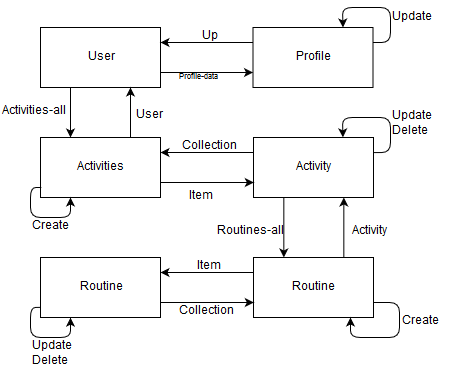
Above: diagrams_and_stuff/sportstracker_state_machine.png in Pepetti/PWP (draw.io), before the change. Source tidied: cells renumbered, new cells last; positions are measured from the earlier drawing's top-left corner, leaving out a move shared by most shapes.
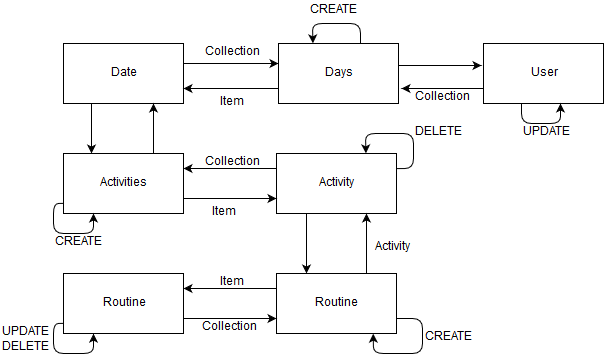
After the commit.

Diff of the diagram source:
```diff
@@ -2,24 +2,46 @@
   <root>
     <mxCell id="0" />
     <mxCell id="1" parent="0" />
-    <mxCell id="2" style="edgeStyle=orthogonalEdgeStyle;rounded=0;jettySize=auto;html=1;exitX=1;exitY=0.75;exitDx=0;exitDy=0;entryX=0;entryY=0.75;entryDx=0;entryDy=0;" parent="1" edge="1" source="4" target="7">
-      <mxGeometry relative="1" as="geometry" />
-    </mxCell>
-    <mxCell id="3" style="edgeStyle=orthogonalEdgeStyle;rounded=0;jettySize=auto;html=1;exitX=0.25;exitY=1;exitDx=0;exitDy=0;entryX=0.25;entryY=0;entryDx=0;entryDy=0;" parent="1" edge="1" source="4" target="13">
-      <mxGeometry relative="1" as="geometry" />
-    </mxCell>
+    <mxCell id="39" style="edgeStyle=orthogonalEdgeStyle;rounded=0;jettySize=auto;html=1;exitX=0;exitY=0.75;exitDx=0;exitDy=0;" parent="1" edge="1" source="4">
+      <mxGeometry relative="1" as="geometry">
+        <mxPoint x="378" y="65" as="targetPoint" />
+      </mxGeometry>
+    </mxCell>
     <mxCell id="4" value="User" style="rounded=0;whiteSpace=wrap;html=1;" parent="1" vertex="1">
-      <mxGeometry x="40" y="20" width="120" height="60" as="geometry" />
+      <mxGeometry x="460" y="20" width="120" height="60" as="geometry" />
     </mxCell>
-    <mxCell id="5" style="edgeStyle=orthogonalEdgeStyle;rounded=0;jettySize=auto;html=1;entryX=1;entryY=0.25;entryDx=0;entryDy=0;exitX=0;exitY=0.25;exitDx=0;exitDy=0;" parent="1" edge="1" source="7" target="4">
-      <mxGeometry relative="1" as="geometry" />
-    </mxCell>
-    <mxCell id="6" style="edgeStyle=orthogonalEdgeStyle;rounded=0;orthogonalLoop=1;jettySize=auto;html=1;exitX=1;exitY=0.25;exitDx=0;exitDy=0;entryX=0.75;entryY=0;entryDx=0;entryDy=0;" parent="1" edge="1" source="7" target="7">
-      <mxGeometry relative="1" as="geometry" />
-    </mxCell>
-    <mxCell id="7" value="Profile" style="rounded=0;whiteSpace=wrap;html=1;" parent="1" vertex="1">
-      <mxGeometry x="252.5" y="20" width="120" height="60" as="geometry" />
-    </mxCell>
+    <mxCell id="40" style="edgeStyle=orthogonalEdgeStyle;rounded=0;jettySize=auto;html=1;" parent="1" edge="1" source="42" target="45">
+      <mxGeometry relative="1" as="geometry">
+        <Array as="points">
+          <mxPoint x="208" y="40" />
+          <mxPoint x="208" y="40" />
+        </Array>
+      </mxGeometry>
+    </mxCell>
+    <mxCell id="41" style="edgeStyle=orthogonalEdgeStyle;rounded=0;jettySize=auto;html=1;" parent="1" edge="1" source="42" target="13">
+      <mxGeometry relative="1" as="geometry">
+        <Array as="points">
+          <mxPoint x="68" y="100" />
+          <mxPoint x="68" y="100" />
+        </Array>
+      </mxGeometry>
+    </mxCell>
+    <mxCell id="42" value="Date" style="rounded=0;whiteSpace=wrap;html=1;" parent="1" vertex="1">
+      <mxGeometry x="40" y="20" width="120" height="60" as="geometry" />
+    </mxCell>
+    <mxCell id="43" style="edgeStyle=orthogonalEdgeStyle;rounded=0;jettySize=auto;html=1;exitX=0;exitY=0.75;exitDx=0;exitDy=0;entryX=1;entryY=0.75;entryDx=0;entryDy=0;" parent="1" edge="1" source="45" target="42">
+      <mxGeometry relative="1" as="geometry" />
+    </mxCell>
+    <mxCell id="44" style="edgeStyle=orthogonalEdgeStyle;rounded=0;jettySize=auto;html=1;exitX=1;exitY=0.75;exitDx=0;exitDy=0;entryX=-0.017;entryY=0.367;entryDx=0;entryDy=0;entryPerimeter=0;" parent="1" edge="1" source="45" target="4">
+      <mxGeometry relative="1" as="geometry">
+        <Array as="points">
+          <mxPoint x="375" y="42" />
+        </Array>
+      </mxGeometry>
+    </mxCell>
+    <mxCell id="45" value="Days Collection" style="rounded=0;whiteSpace=wrap;html=1;" parent="1" vertex="1">
+      <mxGeometry x="255" y="20" width="120" height="60" as="geometry" />
+    </mxCell>
     <mxCell id="8" style="edgeStyle=orthogonalEdgeStyle;rounded=0;jettySize=auto;html=1;exitX=0;exitY=0.25;exitDx=0;exitDy=0;entryX=1;entryY=0.25;entryDx=0;entryDy=0;" parent="1" edge="1" source="10" target="13">
       <mxGeometry relative="1" as="geometry" />
     </mxCell>
@@ -29,12 +51,12 @@
     <mxCell id="10" value="Activity" style="rounded=0;whiteSpace=wrap;html=1;" parent="1" vertex="1">
       <mxGeometry x="253" y="130" width="120" height="60" as="geometry" />
     </mxCell>
-    <mxCell id="11" style="edgeStyle=orthogonalEdgeStyle;rounded=0;jettySize=auto;html=1;exitX=0.75;exitY=0;exitDx=0;exitDy=0;entryX=0.75;entryY=1;entryDx=0;entryDy=0;" parent="1" edge="1" source="13" target="4">
-      <mxGeometry relative="1" as="geometry" />
-    </mxCell>
     <mxCell id="12" style="edgeStyle=orthogonalEdgeStyle;rounded=0;jettySize=auto;html=1;exitX=1;exitY=0.75;exitDx=0;exitDy=0;entryX=0;entryY=0.75;entryDx=0;entryDy=0;" parent="1" edge="1" source="13" target="10">
       <mxGeometry relative="1" as="geometry" />
     </mxCell>
+    <mxCell id="46" style="edgeStyle=orthogonalEdgeStyle;rounded=0;jettySize=auto;html=1;exitX=0.75;exitY=0;exitDx=0;exitDy=0;entryX=0.75;entryY=1;entryDx=0;entryDy=0;" parent="1" edge="1" source="13" target="42">
+      <mxGeometry relative="1" as="geometry" />
+    </mxCell>
     <mxCell id="13" value="Activities collection" style="rounded=0;whiteSpace=wrap;html=1;" parent="1" vertex="1">
       <mxGeometry x="40" y="130" width="120" height="60" as="geometry" />
     </mxCell>
@@ -53,39 +75,12 @@
     <mxCell id="18" value="&lt;div&gt;Routine&lt;/div&gt;" style="rounded=0;whiteSpace=wrap;html=1;" parent="1" vertex="1">
       <mxGeometry x="40" y="250" width="120" height="60" as="geometry" />
     </mxCell>
-    <mxCell id="19" style="endArrow=classic;html=1;exitX=1;exitY=0.25;exitDx=0;exitDy=0;entryX=0.75;entryY=0;entryDx=0;entryDy=0;" parent="1" edge="1" source="7" target="7">
-      <mxGeometry relative="1" as="geometry">
-        <Array as="points">
-          <mxPoint x="390" y="35" />
-          <mxPoint x="390" />
-          <mxPoint x="342" />
-        </Array>
-      </mxGeometry>
-    </mxCell>
-    <mxCell id="20" value="Update" style="text;html=1;strokeColor=none;fillColor=none;align=center;verticalAlign=middle;whiteSpace=wrap;rounded=0;" parent="1" vertex="1">
-      <mxGeometry x="390" width="40" height="20" as="geometry" />
-    </mxCell>
-    <mxCell id="21" value="Activities-all" style="text;html=1;align=left;verticalAlign=top;spacingTop=-4;" parent="1" vertex="1">
-      <mxGeometry y="95" width="80" height="20" as="geometry" />
-    </mxCell>
-    <mxCell id="22" value="Up" style="text;html=1;align=left;verticalAlign=top;spacingTop=-4;" parent="1" vertex="1">
-      <mxGeometry x="200" y="20" width="30" height="20" as="geometry" />
-    </mxCell>
     <mxCell id="23" value="&lt;div&gt;Collection&lt;/div&gt;&lt;div&gt;&lt;br&gt;&lt;/div&gt;" style="text;html=1;align=left;verticalAlign=top;spacingTop=-4;" parent="1" vertex="1">
       <mxGeometry x="180" y="130" width="70" height="30" as="geometry" />
     </mxCell>
     <mxCell id="24" value="Item" style="text;html=1;align=left;verticalAlign=top;spacingTop=-4;" parent="1" vertex="1">
       <mxGeometry x="186.5" y="180" width="40" height="20" as="geometry" />
     </mxCell>
-    <mxCell id="25" value="User" style="text;html=1;align=left;verticalAlign=top;spacingTop=-4;" parent="1" vertex="1">
-      <mxGeometry x="134" y="99" width="40" height="20" as="geometry" />
-    </mxCell>
-    <mxCell id="26" value="&lt;font style=&quot;font-size: 8px&quot;&gt;Profile-data&lt;/font&gt;" style="text;html=1;align=left;verticalAlign=top;spacingTop=-4;" parent="1" vertex="1">
-      <mxGeometry x="176.5" y="60" width="60" height="20" as="geometry" />
-    </mxCell>
-    <mxCell id="27" value="Routines-all" style="text;html=1;align=left;verticalAlign=top;spacingTop=-4;" parent="1" vertex="1">
-      <mxGeometry x="215" y="215" width="80" height="20" as="geometry" />
-    </mxCell>
     <mxCell id="28" value="Activity" style="text;html=1;align=left;verticalAlign=top;spacingTop=-4;" parent="1" vertex="1">
       <mxGeometry x="350" y="215" width="50" height="20" as="geometry" />
     </mxCell>
@@ -104,8 +99,8 @@
         </Array>
       </mxGeometry>
     </mxCell>
-    <mxCell id="32" value="Create" style="text;html=1;align=left;verticalAlign=top;spacingTop=-4;" parent="1" vertex="1">
-      <mxGeometry x="30" y="210" width="50" height="20" as="geometry" />
+    <mxCell id="32" value="CREATE" style="text;html=1;align=left;verticalAlign=top;spacingTop=-4;" parent="1" vertex="1">
+      <mxGeometry x="30" y="210" width="60" height="20" as="geometry" />
     </mxCell>
     <mxCell id="33" style="endArrow=classic;html=1;exitX=1;exitY=0.25;exitDx=0;exitDy=0;entryX=0.75;entryY=0;entryDx=0;entryDy=0;" parent="1" edge="1">
       <mxGeometry relative="1" as="geometry">
@@ -118,8 +113,8 @@
         </Array>
       </mxGeometry>
     </mxCell>
-    <mxCell id="34" value="&lt;div&gt;Update&lt;/div&gt;&lt;div&gt;Delete&lt;br&gt;&lt;/div&gt;" style="text;html=1;align=left;verticalAlign=top;spacingTop=-4;" parent="1" vertex="1">
-      <mxGeometry x="390" y="100" width="50" height="30" as="geometry" />
+    <mxCell id="34" value="&lt;div&gt;DELETE&lt;/div&gt;" style="text;html=1;align=left;verticalAlign=top;spacingTop=-4;" parent="1" vertex="1">
+      <mxGeometry x="390" y="100" width="60" height="20" as="geometry" />
     </mxCell>
     <mxCell id="35" style="endArrow=classic;html=1;entryX=0.25;entryY=1;entryDx=0;entryDy=0;exitX=0.004;exitY=0.831;exitDx=0;exitDy=0;exitPerimeter=0;" parent="1" edge="1">
       <mxGeometry relative="1" as="geometry">
@@ -132,8 +127,8 @@
         </Array>
       </mxGeometry>
     </mxCell>
-    <mxCell id="36" value="&lt;div&gt;Update&lt;/div&gt;&lt;div&gt;Delete&lt;/div&gt;&lt;div&gt;&lt;br&gt;&lt;/div&gt;" style="text;html=1;align=left;verticalAlign=top;spacingTop=-4;" parent="1" vertex="1">
-      <mxGeometry x="30" y="330" width="50" height="40" as="geometry" />
+    <mxCell id="36" value="UPDATE&lt;br&gt;DELETE" style="text;html=1;align=left;verticalAlign=top;spacingTop=-4;" parent="1" vertex="1">
+      <mxGeometry x="-23" y="300" width="60" height="30" as="geometry" />
     </mxCell>
     <mxCell id="37" style="endArrow=classic;html=1;exitX=1;exitY=0.75;exitDx=0;exitDy=0;entryX=0.806;entryY=1.003;entryDx=0;entryDy=0;entryPerimeter=0;" parent="1" edge="1" source="16" target="16">
       <mxGeometry relative="1" as="geometry">
@@ -144,8 +139,44 @@
         </Array>
       </mxGeometry>
     </mxCell>
-    <mxCell id="38" value="Create" style="text;html=1;align=left;verticalAlign=top;spacingTop=-4;" parent="1" vertex="1">
-      <mxGeometry x="400" y="305" width="50" height="20" as="geometry" />
-    </mxCell>
+    <mxCell id="47" value="CREATE" style="text;html=1;align=left;verticalAlign=top;spacingTop=-4;" parent="1" vertex="1">
+      <mxGeometry x="400" y="305" width="60" height="20" as="geometry" />
+    </mxCell>
+    <mxCell id="48" value="Collection" style="text;html=1;align=left;verticalAlign=top;spacingTop=-4;" parent="1" vertex="1">
+      <mxGeometry x="180" y="20" width="70" height="20" as="geometry" />
+    </mxCell>
+    <mxCell id="49" value="Item" style="text;html=1;align=left;verticalAlign=top;spacingTop=-4;" parent="1" vertex="1">
+      <mxGeometry x="195" y="70" width="40" height="20" as="geometry" />
+    </mxCell>
+    <mxCell id="50" style="endArrow=classic;html=1;" parent="1" edge="1">
+      <mxGeometry relative="1" as="geometry">
+        <mxPoint x="498" y="80" as="sourcePoint" />
+        <mxPoint x="537" y="80" as="targetPoint" />
+        <Array as="points">
+          <mxPoint x="498" y="80" />
+          <mxPoint x="498" y="100" />
+          <mxPoint x="537" y="100" />
+        </Array>
+      </mxGeometry>
+    </mxCell>
+    <mxCell id="51" value="UPDATE" style="text;html=1;align=left;verticalAlign=top;spacingTop=-4;" parent="1" vertex="1">
+      <mxGeometry x="498" y="100" width="60" height="20" as="geometry" />
+    </mxCell>
+    <mxCell id="52" style="endArrow=classic;html=1;entryX=0.75;entryY=0;entryDx=0;entryDy=0;" parent="1" edge="1">
+      <mxGeometry relative="1" as="geometry">
+        <mxPoint x="337" y="19.5" as="sourcePoint" />
+        <mxPoint x="289.4" y="19.9" as="targetPoint" />
+        <Array as="points">
+          <mxPoint x="337" />
+          <mxPoint x="289" />
+        </Array>
+      </mxGeometry>
+    </mxCell>
+    <mxCell id="53" value="CREATE" style="text;html=1;align=left;verticalAlign=top;spacingTop=-4;" parent="1" vertex="1">
+      <mxGeometry x="285" y="-22.5" width="60" height="20" as="geometry" />
+    </mxCell>
+    <mxCell id="54" value="Collection" style="text;html=1;align=left;verticalAlign=top;spacingTop=-4;" parent="1" vertex="1">
+      <mxGeometry x="390" y="65" width="70" height="20" as="geometry" />
+    </mxCell>
   </root>
 </mxGraphModel>
```
